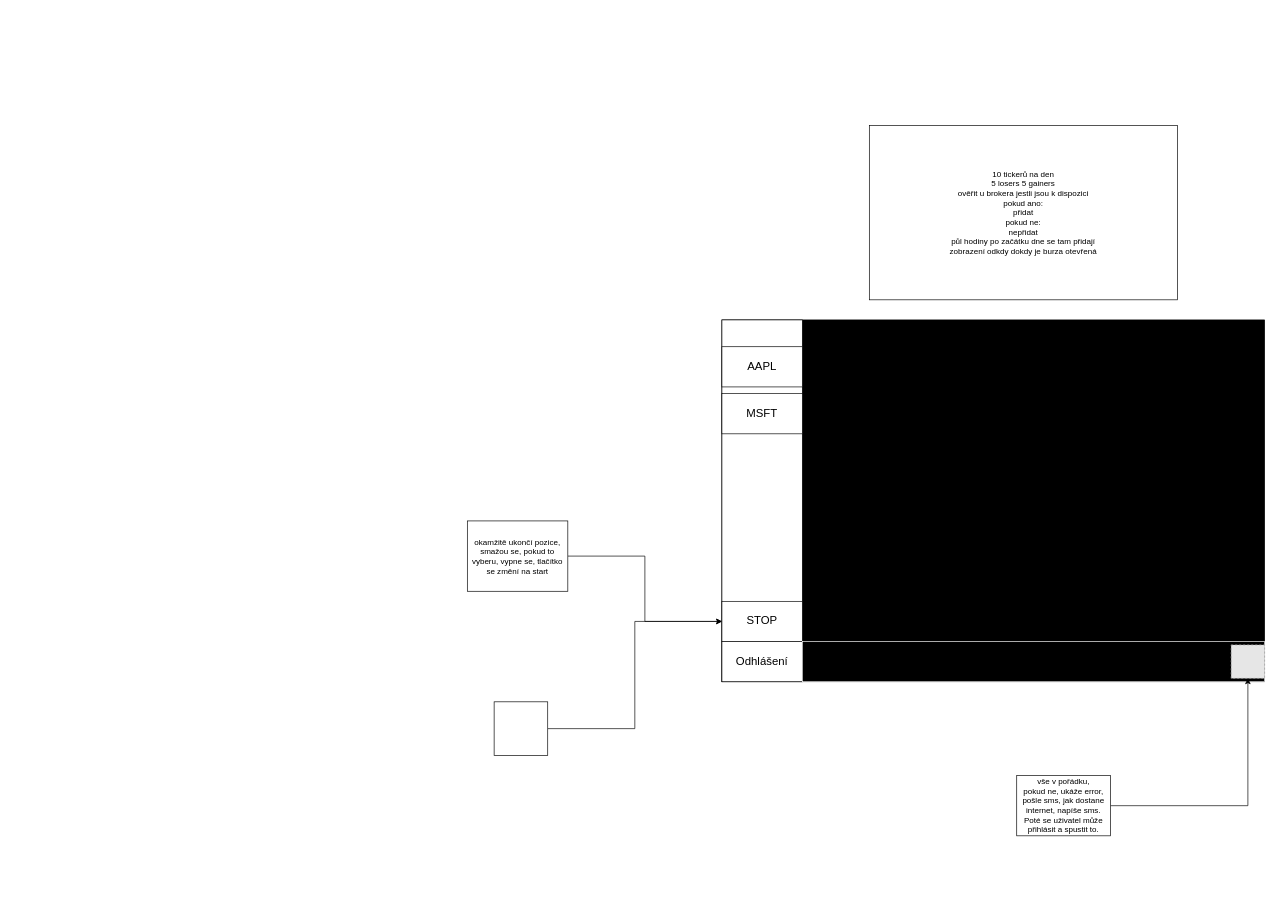
thechosenzendro/jellyfish keeps this draw.io diagram as ideas.drawio. Above is the earlier version. Source tidied: cells renumbered, new cells numbered last; positions are measured from the earlier drawing's top-left corner, leaving out a move shared by most shapes. Both pictures are drawn from the tidied source at 67%, with x=0, y=0 at pixel (467, 125). Pictures stored in the file or linked from it are replaced by grey dashed boxes.
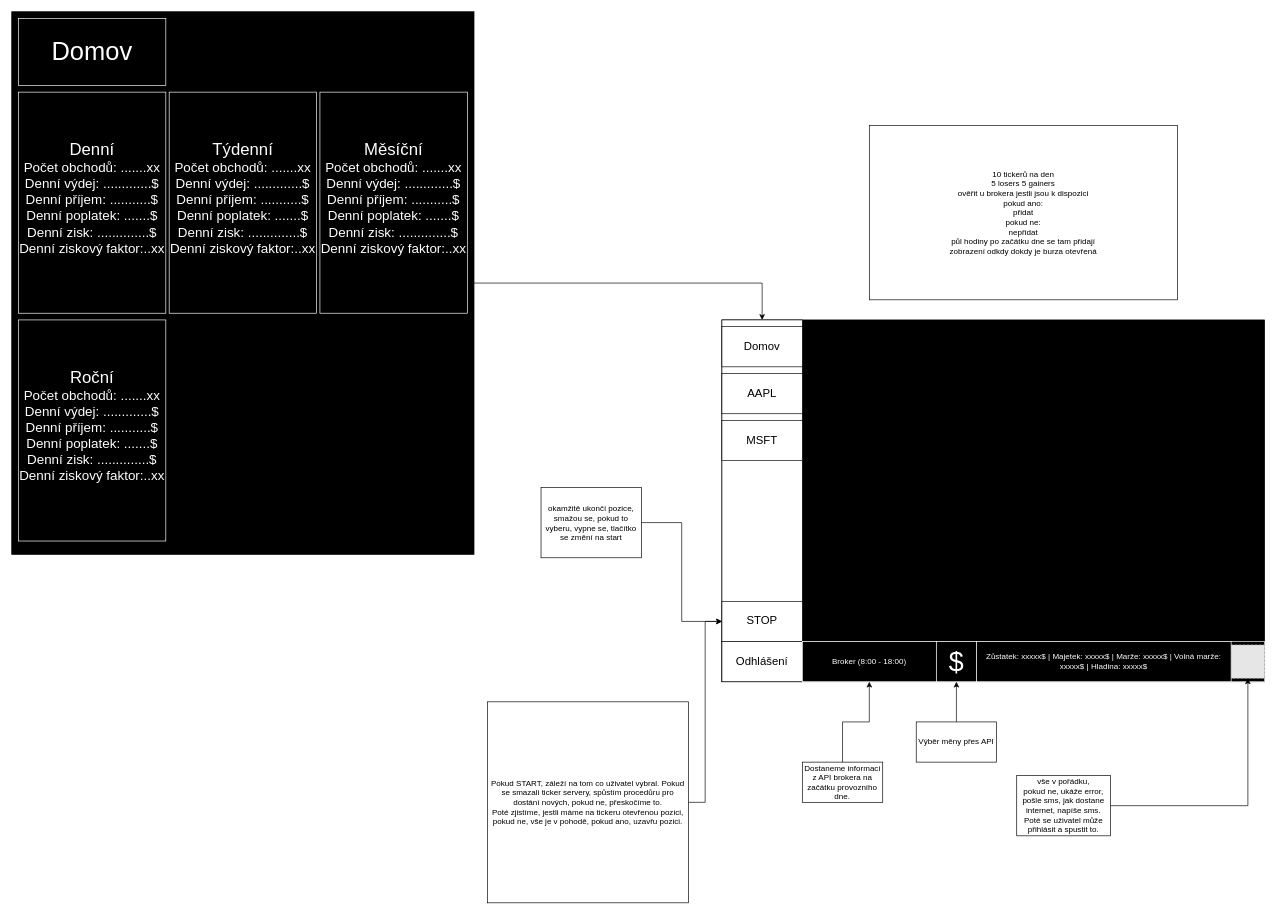
After the change.

The change refers to these unchanged cells:
```xml
<mxCell id="3" style="rounded=0;whiteSpace=wrap;html=1;" parent="1" vertex="1">
  <mxGeometry x="380" y="290" width="120" height="540" as="geometry" />
</mxCell>
```

The edit, as a diff of the source:
```diff
@@
     <mxCell id="4" value="&lt;font style=&quot;font-size: 17px;&quot;&gt;AAPL&lt;/font&gt;" style="rounded=0;whiteSpace=wrap;html=1;" parent="1" vertex="1">
-      <mxGeometry x="380" y="330" width="120" height="60" as="geometry" />
+      <mxGeometry x="380" y="370" width="120" height="60" as="geometry" />
     </mxCell>
     <mxCell id="5" value="&lt;font style=&quot;font-size: 17px;&quot;&gt;MSFT&lt;/font&gt;" style="rounded=0;whiteSpace=wrap;html=1;" parent="1" vertex="1">
-      <mxGeometry x="380" y="400" width="120" height="60" as="geometry" />
+      <mxGeometry x="380" y="440" width="120" height="60" as="geometry" />
     </mxCell>
@@
     <mxCell id="10" value="okamžitě ukončí pozice,&lt;br&gt;smažou se, pokud to vyberu, vypne se, tlačítko se změní na start" style="rounded=0;whiteSpace=wrap;html=1;" parent="1" vertex="1">
-      <mxGeometry y="590" width="150" height="105" as="geometry" />
+      <mxGeometry x="110" y="540" width="150" height="105" as="geometry" />
     </mxCell>
@@
-    <mxCell id="17" style="whiteSpace=wrap;html=1;" parent="1" vertex="1">
-      <mxGeometry x="40" y="860" width="80" height="80" as="geometry" />
+    <mxCell id="17" value="Pokud START, záleží na tom co uživatel vybral. Pokud se smazali ticker servery, spůstím procedůru pro dostání nových, pokud ne, přeskočíme to.&lt;br&gt;Poté zjistíme, jestli máme na tickeru otevřenou pozici, pokud ne, vše je v pohodě, pokud ano, uzavřu pozici." style="whiteSpace=wrap;html=1;" parent="1" vertex="1">
+      <mxGeometry x="30" y="860" width="300" height="300" as="geometry" />
     </mxCell>
+    <mxCell id="18" value="&lt;font color=&quot;#ffffff&quot;&gt;Broker (8:00 - 18:00)&lt;/font&gt;" style="rounded=0;whiteSpace=wrap;html=1;fillColor=#000000;strokeColor=#FFFFFF;" parent="1" vertex="1">
+      <mxGeometry x="500" y="770" width="200" height="60" as="geometry" />
+    </mxCell>
+    <mxCell id="19" style="edgeStyle=orthogonalEdgeStyle;rounded=0;jettySize=auto;html=1;" parent="1" edge="1" source="20" target="18">
+      <mxGeometry relative="1" as="geometry" />
+    </mxCell>
+    <mxCell id="20" value="Dostaneme informaci z API brokera na začátku provozního dne." style="rounded=0;whiteSpace=wrap;html=1;" parent="1" vertex="1">
+      <mxGeometry x="500" y="950" width="120" height="60" as="geometry" />
+    </mxCell>
+    <mxCell id="21" value="&lt;font style=&quot;font-size: 17px;&quot;&gt;Domov&lt;/font&gt;" style="rounded=0;whiteSpace=wrap;html=1;" parent="1" vertex="1">
+      <mxGeometry x="380" y="300" width="120" height="60" as="geometry" />
+    </mxCell>
+    <mxCell id="22" style="edgeStyle=orthogonalEdgeStyle;rounded=0;jettySize=auto;html=1;entryX=0.5;entryY=0;entryDx=0;entryDy=0;" parent="1" edge="1" source="23" target="3">
+      <mxGeometry relative="1" as="geometry" />
+    </mxCell>
+    <mxCell id="23" style="rounded=0;whiteSpace=wrap;html=1;fillColor=#000000;" parent="1" vertex="1">
+      <mxGeometry x="-680" y="-170" width="690" height="810" as="geometry" />
+    </mxCell>
+    <mxCell id="24" value="&lt;font style=&quot;font-size: 38px;&quot; color=&quot;#ffffff&quot;&gt;Domov&lt;/font&gt;" style="rounded=0;whiteSpace=wrap;html=1;fillColor=#000000;strokeColor=#FFFFFF;" parent="1" vertex="1">
+      <mxGeometry x="-670" y="-160" width="220" height="100" as="geometry" />
+    </mxCell>
+    <mxCell id="25" value="&lt;font style=&quot;&quot; color=&quot;#ffffff&quot;&gt;&lt;span style=&quot;font-size: 25px;&quot;&gt;Denní&lt;/span&gt;&lt;br&gt;&lt;font style=&quot;font-size: 20px;&quot;&gt;Počet obchodů: .......xx&lt;br&gt;&lt;/font&gt;&lt;font style=&quot;font-size: 20px;&quot;&gt;Denní výdej: .............$&lt;br&gt;&lt;/font&gt;&lt;/font&gt;&lt;font style=&quot;font-size: 20px;&quot; color=&quot;#ffffff&quot;&gt;Denní příjem: ...........$&lt;br&gt;&lt;/font&gt;&lt;font style=&quot;font-size: 20px;&quot; color=&quot;#ffffff&quot;&gt;Denní poplatek: .......$&lt;br&gt;&lt;/font&gt;&lt;font style=&quot;font-size: 20px;&quot; color=&quot;#ffffff&quot;&gt;Denní zisk: ..............$&lt;br&gt;&lt;/font&gt;&lt;font color=&quot;#ffffff&quot; style=&quot;font-size: 20px;&quot;&gt;Denní ziskový faktor:..xx&lt;br&gt;&lt;/font&gt;&lt;font style=&quot;&quot; color=&quot;#ffffff&quot;&gt;&lt;br&gt;&lt;/font&gt;" style="rounded=0;whiteSpace=wrap;html=1;fillColor=#000000;strokeColor=#FFFFFF;" parent="1" vertex="1">
+      <mxGeometry x="-670" y="-50" width="220" height="330" as="geometry" />
+    </mxCell>
+    <mxCell id="26" value="&lt;font style=&quot;font-size: 40px;&quot; color=&quot;#ffffff&quot;&gt;$&lt;/font&gt;" style="rounded=0;whiteSpace=wrap;html=1;fillColor=#000000;strokeColor=#FFFFFF;" parent="1" vertex="1">
+      <mxGeometry x="700" y="770" width="60" height="60" as="geometry" />
+    </mxCell>
+    <mxCell id="27" style="edgeStyle=orthogonalEdgeStyle;rounded=0;jettySize=auto;html=1;exitX=0.5;exitY=0;exitDx=0;exitDy=0;entryX=0.5;entryY=1;entryDx=0;entryDy=0;" parent="1" edge="1" source="28" target="26">
+      <mxGeometry relative="1" as="geometry" />
+    </mxCell>
+    <mxCell id="28" value="Výběr měny přes API" style="rounded=0;whiteSpace=wrap;html=1;" parent="1" vertex="1">
+      <mxGeometry x="670" y="890" width="120" height="60" as="geometry" />
+    </mxCell>
+    <mxCell id="29" value="&lt;font style=&quot;&quot; color=&quot;#ffffff&quot;&gt;&lt;span style=&quot;font-size: 25px;&quot;&gt;Týdenní&lt;/span&gt;&lt;br&gt;&lt;font style=&quot;font-size: 20px;&quot;&gt;Počet obchodů: .......xx&lt;br&gt;&lt;/font&gt;&lt;font style=&quot;font-size: 20px;&quot;&gt;Denní výdej: .............$&lt;br&gt;&lt;/font&gt;&lt;/font&gt;&lt;font style=&quot;font-size: 20px;&quot; color=&quot;#ffffff&quot;&gt;Denní příjem: ...........$&lt;br&gt;&lt;/font&gt;&lt;font style=&quot;font-size: 20px;&quot; color=&quot;#ffffff&quot;&gt;Denní poplatek: .......$&lt;br&gt;&lt;/font&gt;&lt;font style=&quot;font-size: 20px;&quot; color=&quot;#ffffff&quot;&gt;Denní zisk: ..............$&lt;br&gt;&lt;/font&gt;&lt;font color=&quot;#ffffff&quot; style=&quot;font-size: 20px;&quot;&gt;Denní ziskový faktor:..xx&lt;br&gt;&lt;/font&gt;&lt;font style=&quot;&quot; color=&quot;#ffffff&quot;&gt;&lt;br&gt;&lt;/font&gt;" style="rounded=0;whiteSpace=wrap;html=1;fillColor=#000000;strokeColor=#FFFFFF;" parent="1" vertex="1">
+      <mxGeometry x="-445" y="-50" width="220" height="330" as="geometry" />
+    </mxCell>
+    <mxCell id="30" value="&lt;font style=&quot;&quot; color=&quot;#ffffff&quot;&gt;&lt;span style=&quot;font-size: 25px;&quot;&gt;Měsíční&lt;/span&gt;&lt;br&gt;&lt;font style=&quot;font-size: 20px;&quot;&gt;Počet obchodů: .......xx&lt;br&gt;&lt;/font&gt;&lt;font style=&quot;font-size: 20px;&quot;&gt;Denní výdej: .............$&lt;br&gt;&lt;/font&gt;&lt;/font&gt;&lt;font style=&quot;font-size: 20px;&quot; color=&quot;#ffffff&quot;&gt;Denní příjem: ...........$&lt;br&gt;&lt;/font&gt;&lt;font style=&quot;font-size: 20px;&quot; color=&quot;#ffffff&quot;&gt;Denní poplatek: .......$&lt;br&gt;&lt;/font&gt;&lt;font style=&quot;font-size: 20px;&quot; color=&quot;#ffffff&quot;&gt;Denní zisk: ..............$&lt;br&gt;&lt;/font&gt;&lt;font color=&quot;#ffffff&quot; style=&quot;font-size: 20px;&quot;&gt;Denní ziskový faktor:..xx&lt;br&gt;&lt;/font&gt;&lt;font style=&quot;&quot; color=&quot;#ffffff&quot;&gt;&lt;br&gt;&lt;/font&gt;" style="rounded=0;whiteSpace=wrap;html=1;fillColor=#000000;strokeColor=#FFFFFF;" parent="1" vertex="1">
+      <mxGeometry x="-220" y="-50" width="220" height="330" as="geometry" />
+    </mxCell>
+    <mxCell id="31" value="&lt;font style=&quot;&quot; color=&quot;#ffffff&quot;&gt;&lt;span style=&quot;font-size: 25px;&quot;&gt;Roční&lt;/span&gt;&lt;br&gt;&lt;font style=&quot;font-size: 20px;&quot;&gt;Počet obchodů: .......xx&lt;br&gt;&lt;/font&gt;&lt;font style=&quot;font-size: 20px;&quot;&gt;Denní výdej: .............$&lt;br&gt;&lt;/font&gt;&lt;/font&gt;&lt;font style=&quot;font-size: 20px;&quot; color=&quot;#ffffff&quot;&gt;Denní příjem: ...........$&lt;br&gt;&lt;/font&gt;&lt;font style=&quot;font-size: 20px;&quot; color=&quot;#ffffff&quot;&gt;Denní poplatek: .......$&lt;br&gt;&lt;/font&gt;&lt;font style=&quot;font-size: 20px;&quot; color=&quot;#ffffff&quot;&gt;Denní zisk: ..............$&lt;br&gt;&lt;/font&gt;&lt;font color=&quot;#ffffff&quot; style=&quot;font-size: 20px;&quot;&gt;Denní ziskový faktor:..xx&lt;br&gt;&lt;/font&gt;&lt;font style=&quot;&quot; color=&quot;#ffffff&quot;&gt;&lt;br&gt;&lt;/font&gt;" style="rounded=0;whiteSpace=wrap;html=1;fillColor=#000000;strokeColor=#FFFFFF;" parent="1" vertex="1">
+      <mxGeometry x="-670" y="290" width="220" height="330" as="geometry" />
+    </mxCell>
+    <mxCell id="32" style="edgeStyle=orthogonalEdgeStyle;rounded=0;orthogonalLoop=1;jettySize=auto;html=1;exitX=0.5;exitY=1;exitDx=0;exitDy=0;" parent="1" edge="1" source="23" target="23">
+      <mxGeometry relative="1" as="geometry" />
+    </mxCell>
+    <mxCell id="33" value="&lt;font color=&quot;#ffffff&quot;&gt;Zůstatek: xxxxx$ | Majetek: xxxxx$ | Marže: xxxxx$ | Volná marže: xxxxx$ | Hladina: xxxxx$&lt;/font&gt;" style="rounded=0;whiteSpace=wrap;html=1;fillColor=#000000;strokeColor=#FFFFFF;" parent="1" vertex="1">
+      <mxGeometry x="760" y="770" width="380" height="60" as="geometry" />
+    </mxCell>
```
